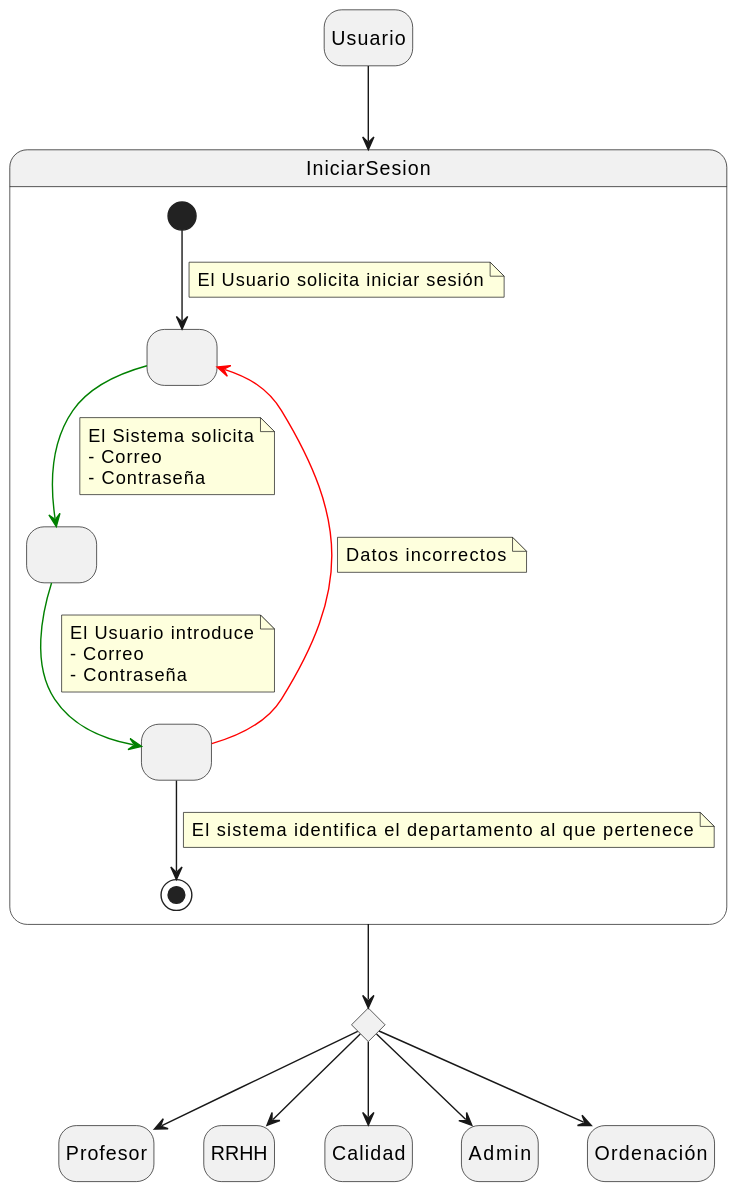
Above: images/modelosUML/CdU/DetallarCasosDeUso/Conjunto/IniciarSesion.svg in mmasias/24-25-IdSw1-SDR (PlantUML), before the change.
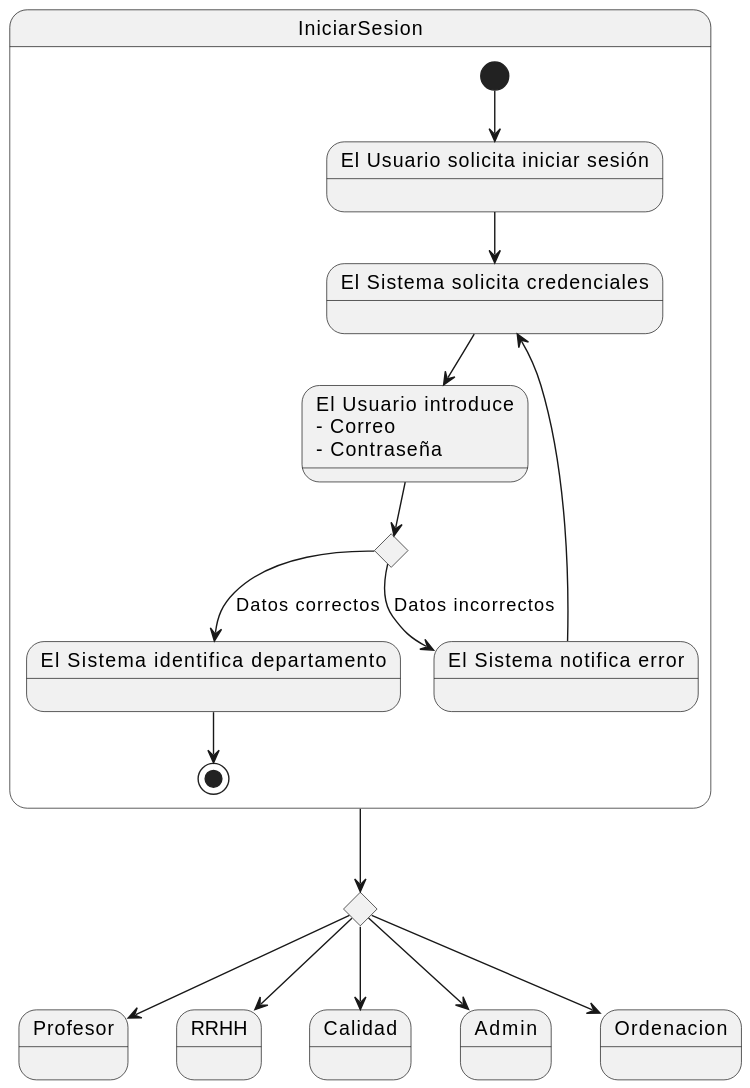
The same file after the commit.

Commit message:
Ajustando cosas

The edit, as a diff of the source:
```diff
@@ -1,51 +1,32 @@
 @startuml
-hide empty description
+state IniciarSesion {
+        state "El Usuario solicita iniciar sesión" as Estado1
+        state "El Sistema solicita credenciales" as Estado2
+        state "El Usuario introduce\n- Correo\n- Contraseña" as Estado3
 
-state Usuario
-state IniciarSesion{
-    state " " as Estado1
-    state " " as Estado2
-    state " " as Estado3
+        [*] --> Estado1
+        Estado1 --> Estado2
+        Estado2 --> Estado3
 
-    [*] --> Estado1
-    note on link
-        El Usuario solicita iniciar sesión
-    end note
-    Estado1 -[#green]-> Estado2
-    note on link
-        El Sistema solicita
-        - Correo
-        - Contraseña
-    end note
-    Estado2 -[#green]-> Estado3
-    note on link
-        El Usuario introduce
-        - Correo
-        - Contraseña
-    end note
-    Estado3 --> [*]
-    note on link
-        El sistema identifica el departamento al que pertenece
-    end note
+        state choice1 <<choice>>
+        Estado3 --> choice1
 
-    Estado3 -[#red]-> Estado1
-    note on link
-        Datos incorrectos
-    end note
-}
-state rombo <<choice>>
-state Profesor
-state RRHH
-state Calidad
-State Admin
-State Ordenación
+        state "El Sistema identifica departamento" as Estado4
+        state "El Sistema notifica error" as Estado5
 
-Usuario --> IniciarSesion
-IniciarSesion --> rombo
+        choice1 --> Estado4: Datos correctos
+        choice1 --> Estado5: Datos incorrectos
 
-rombo --> Profesor
-rombo --> RRHH
-rombo --> Calidad
-rombo --> Admin
-rombo --> Ordenación
+        Estado5 --> Estado2
+        Estado4 --> [*]
+    }
+
+    state choice2 <<choice>>
+    IniciarSesion --> choice2
+
+    choice2 --> Profesor
+    choice2 --> RRHH
+    choice2 --> Calidad
+    choice2 --> Admin
+    choice2 --> Ordenacion
 @enduml
```
